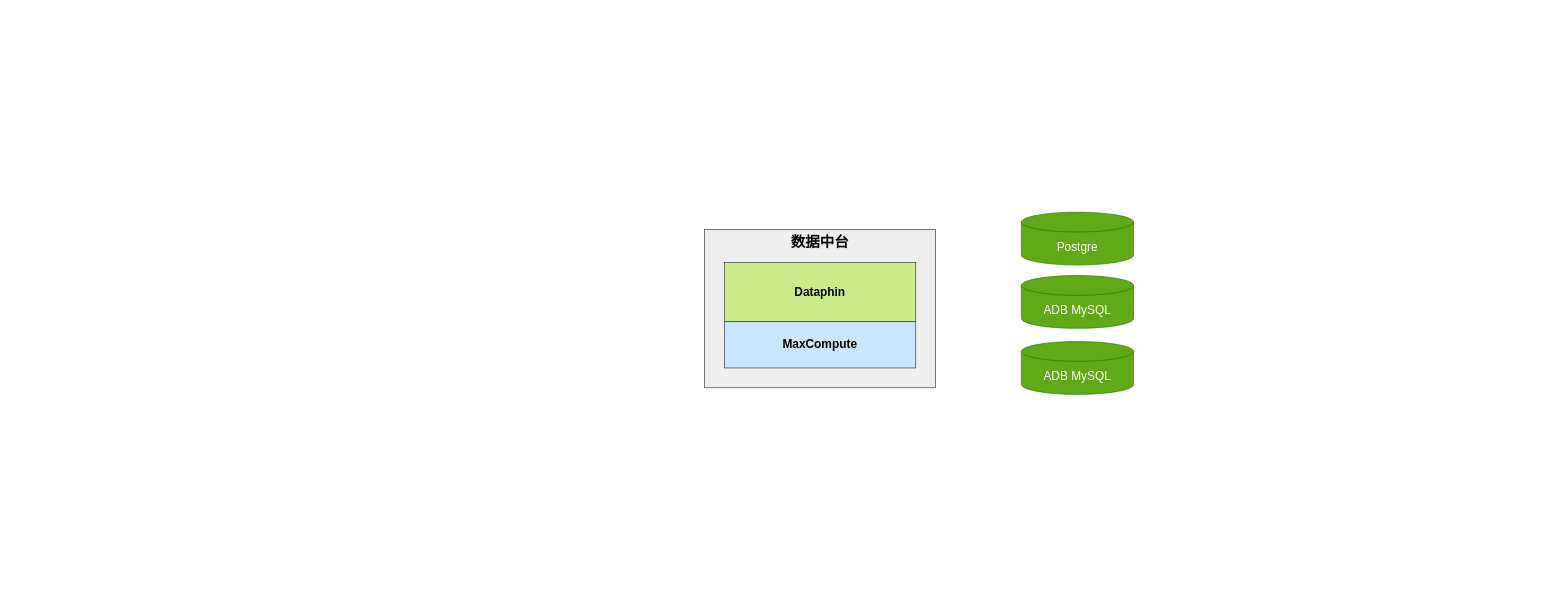
Earlier version of the draw.io diagram page "技术架构" (1 of 3) of bsd.drawio (starzy1990/diagrams). Source tidied: cells renumbered, new cells numbered last; positions are measured from the earlier drawing's top-left corner, leaving out a move shared by most shapes. Both pictures are drawn from the tidied source at 66%, with x=0, y=0 at pixel (704, 212).
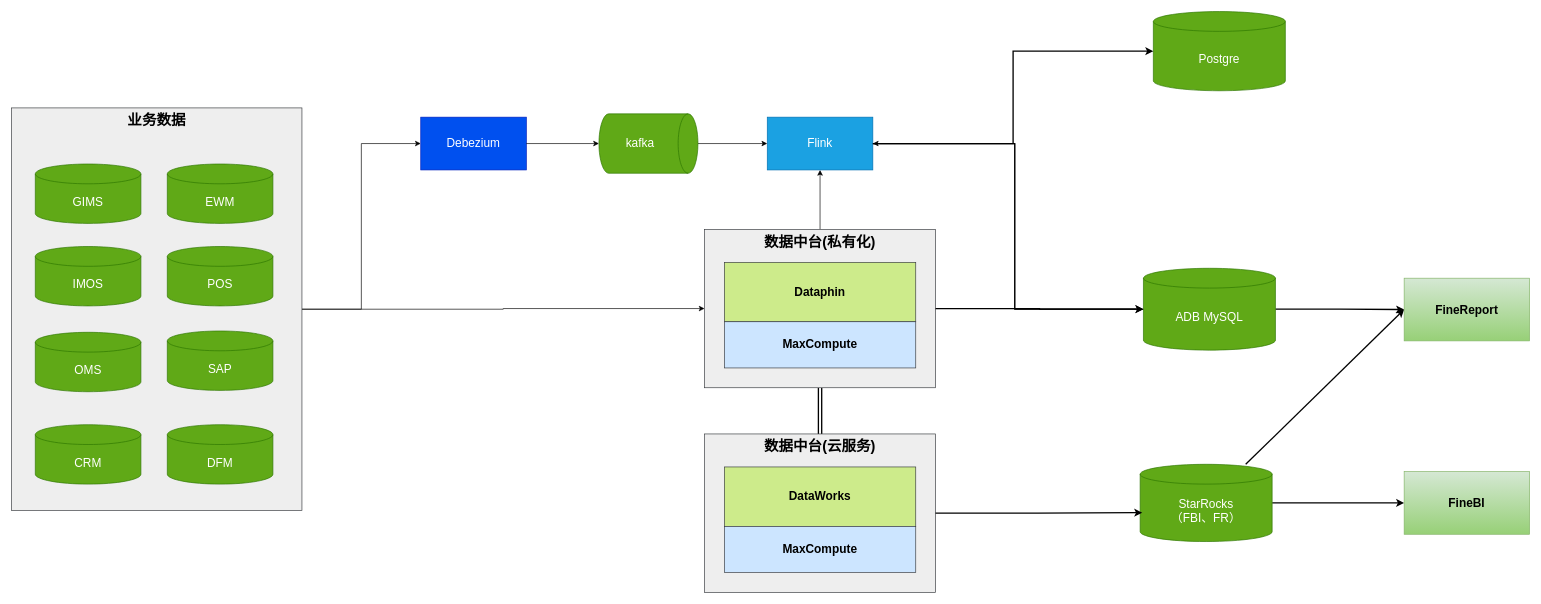
Above is the later version.

What changed in the source:
```diff
@@
+    <mxCell id="8" style="edgeStyle=orthogonalEdgeStyle;rounded=0;jettySize=auto;html=1;entryX=0.5;entryY=1;entryDx=0;entryDy=0;" parent="1" edge="1" source="2" target="18">
+      <mxGeometry relative="1" as="geometry" />
+    </mxCell>
+    <mxCell id="9" style="rounded=0;jettySize=auto;html=1;exitX=0.5;exitY=1;exitDx=0;exitDy=0;entryX=0.5;entryY=0;entryDx=0;entryDy=0;shape=link;strokeWidth=2;" parent="1" edge="1" source="2" target="14">
+      <mxGeometry relative="1" as="geometry" />
+    </mxCell>
-    <mxCell id="2" value="数据中台" style="rounded=0;whiteSpace=wrap;html=1;fillColor=#eeeeee;strokeColor=#36393d;verticalAlign=top;fontSize=22;fontStyle=1;" parent="1" vertex="1">
+    <mxCell id="2" value="数据中台(私有化)" style="rounded=0;whiteSpace=wrap;html=1;fillColor=#eeeeee;strokeColor=#36393d;verticalAlign=top;fontSize=22;fontStyle=1;" parent="1" vertex="1">
       <mxGeometry y="26" width="350" height="240" as="geometry" />
     </mxCell>
@@
     <mxCell id="5" value="Postgre" style="shape=cylinder3;whiteSpace=wrap;html=1;boundedLbl=1;backgroundOutline=1;size=15;fillColor=#60a917;strokeColor=#2D7600;fontColor=#ffffff;fontSize=18;" parent="1" vertex="1">
-      <mxGeometry x="480" width="170" height="80" as="geometry" />
+      <mxGeometry x="680" y="-304" width="200" height="120" as="geometry" />
     </mxCell>
+    <mxCell id="10" style="edgeStyle=orthogonalEdgeStyle;rounded=0;jettySize=auto;html=1;entryX=0;entryY=0.5;entryDx=0;entryDy=0;strokeWidth=2;" parent="1" edge="1" source="6" target="38">
+      <mxGeometry relative="1" as="geometry" />
+    </mxCell>
+    <mxCell id="11" style="rounded=0;jettySize=auto;html=1;entryX=0;entryY=0.5;entryDx=0;entryDy=0;strokeWidth=2;" parent="1" edge="1" source="6" target="35">
+      <mxGeometry relative="1" as="geometry" />
+    </mxCell>
-    <mxCell id="6" value="ADB MySQL" style="shape=cylinder3;whiteSpace=wrap;html=1;boundedLbl=1;backgroundOutline=1;size=15;fillColor=#60a917;strokeColor=#2D7600;fontColor=#ffffff;fontSize=18;" parent="1" vertex="1">
-      <mxGeometry x="480" y="96" width="170" height="80" as="geometry" />
+    <mxCell id="6" value="StarRocks&lt;br&gt;（FBI、FR）" style="shape=cylinder3;whiteSpace=wrap;html=1;boundedLbl=1;backgroundOutline=1;size=15;fillColor=#60a917;strokeColor=#2D7600;fontColor=#ffffff;fontSize=18;" parent="1" vertex="1">
+      <mxGeometry x="660" y="382" width="200" height="117" as="geometry" />
     </mxCell>
+    <mxCell id="12" style="edgeStyle=orthogonalEdgeStyle;rounded=0;jettySize=auto;html=1;entryX=0;entryY=0.5;entryDx=0;entryDy=0;strokeWidth=2;" parent="1" edge="1" source="7" target="35">
+      <mxGeometry relative="1" as="geometry" />
+    </mxCell>
+    <mxCell id="13" style="edgeStyle=orthogonalEdgeStyle;rounded=0;jettySize=auto;html=1;entryX=1;entryY=0.5;entryDx=0;entryDy=0;" parent="1" edge="1" source="7" target="18">
+      <mxGeometry relative="1" as="geometry">
+        <Array as="points">
+          <mxPoint x="470" y="147" />
+          <mxPoint x="470" y="-104" />
+        </Array>
+      </mxGeometry>
+    </mxCell>
     <mxCell id="7" value="ADB MySQL" style="shape=cylinder3;whiteSpace=wrap;html=1;boundedLbl=1;backgroundOutline=1;size=15;fillColor=#60a917;strokeColor=#2D7600;fontColor=#ffffff;fontSize=18;" parent="1" vertex="1">
-      <mxGeometry x="480" y="196" width="170" height="80" as="geometry" />
+      <mxGeometry x="665" y="85" width="200" height="124" as="geometry" />
     </mxCell>
+    <mxCell id="14" value="数据中台(云服务)" style="rounded=0;whiteSpace=wrap;html=1;fillColor=#eeeeee;strokeColor=#36393d;verticalAlign=top;fontSize=22;fontStyle=1;" parent="1" vertex="1">
+      <mxGeometry y="336" width="350" height="240" as="geometry" />
+    </mxCell>
+    <mxCell id="15" value="DataWorks" style="rounded=0;whiteSpace=wrap;html=1;fillColor=#cdeb8b;strokeColor=#36393d;fontStyle=1;fontSize=18;" parent="1" vertex="1">
+      <mxGeometry x="30" y="386" width="290" height="90" as="geometry" />
+    </mxCell>
+    <mxCell id="16" value="MaxCompute" style="rounded=0;whiteSpace=wrap;html=1;fontStyle=1;fontSize=18;fillColor=#cce5ff;strokeColor=#36393d;" parent="1" vertex="1">
+      <mxGeometry x="30" y="476" width="290" height="70" as="geometry" />
+    </mxCell>
+    <mxCell id="17" style="edgeStyle=orthogonalEdgeStyle;rounded=0;jettySize=auto;html=1;entryX=0.016;entryY=0.626;entryDx=0;entryDy=0;entryPerimeter=0;strokeWidth=2;" parent="1" edge="1" source="14" target="6">
+      <mxGeometry relative="1" as="geometry" />
+    </mxCell>
+    <mxCell id="18" value="Flink" style="rounded=0;whiteSpace=wrap;html=1;fillColor=#1ba1e2;fontColor=#ffffff;strokeColor=#006EAF;fontSize=18;" parent="1" vertex="1">
+      <mxGeometry x="95" y="-144" width="160" height="80" as="geometry" />
+    </mxCell>
+    <mxCell id="19" value="Debezium" style="rounded=0;whiteSpace=wrap;html=1;fillColor=#0050ef;fontColor=#ffffff;strokeColor=#001DBC;fontSize=18;" parent="1" vertex="1">
+      <mxGeometry x="-430" y="-144" width="160" height="80" as="geometry" />
+    </mxCell>
+    <mxCell id="20" style="edgeStyle=orthogonalEdgeStyle;rounded=0;jettySize=auto;html=1;entryX=0;entryY=0.5;entryDx=0;entryDy=0;" parent="1" edge="1" source="21" target="18">
+      <mxGeometry relative="1" as="geometry" />
+    </mxCell>
+    <mxCell id="21" value="kafka" style="shape=cylinder3;whiteSpace=wrap;html=1;boundedLbl=1;backgroundOutline=1;size=15;direction=south;fillColor=#60a917;fontColor=#ffffff;strokeColor=#2D7600;fontSize=18;" parent="1" vertex="1">
+      <mxGeometry x="-160" y="-149" width="150" height="90" as="geometry" />
+    </mxCell>
+    <mxCell id="22" style="edgeStyle=orthogonalEdgeStyle;rounded=0;jettySize=auto;html=1;entryX=0.5;entryY=1;entryDx=0;entryDy=0;entryPerimeter=0;" parent="1" edge="1" source="19" target="21">
+      <mxGeometry relative="1" as="geometry" />
+    </mxCell>
+    <mxCell id="23" style="edgeStyle=orthogonalEdgeStyle;rounded=0;jettySize=auto;html=1;entryX=0;entryY=0.5;entryDx=0;entryDy=0;" parent="1" edge="1" source="25" target="2">
+      <mxGeometry relative="1" as="geometry" />
+    </mxCell>
+    <mxCell id="24" style="edgeStyle=orthogonalEdgeStyle;rounded=0;jettySize=auto;html=1;entryX=0;entryY=0.5;entryDx=0;entryDy=0;" parent="1" edge="1" source="25" target="19">
+      <mxGeometry relative="1" as="geometry" />
+    </mxCell>
+    <mxCell id="25" value="业务数据" style="rounded=0;whiteSpace=wrap;html=1;fillColor=#eeeeee;strokeColor=#36393d;verticalAlign=top;fontStyle=1;fontSize=22;" parent="1" vertex="1">
+      <mxGeometry x="-1050" y="-158" width="440" height="610" as="geometry" />
+    </mxCell>
+    <mxCell id="26" value="EWM" style="shape=cylinder3;whiteSpace=wrap;html=1;boundedLbl=1;backgroundOutline=1;size=15;fillColor=#60a917;fontColor=#ffffff;strokeColor=#2D7600;fontSize=18;" parent="1" vertex="1">
+      <mxGeometry x="-814" y="-73" width="160" height="90" as="geometry" />
+    </mxCell>
+    <mxCell id="27" value="GIMS" style="shape=cylinder3;whiteSpace=wrap;html=1;boundedLbl=1;backgroundOutline=1;size=15;fillColor=#60a917;fontColor=#ffffff;strokeColor=#2D7600;fontSize=18;" parent="1" vertex="1">
+      <mxGeometry x="-1014" y="-73" width="160" height="90" as="geometry" />
+    </mxCell>
+    <mxCell id="28" value="IMOS" style="shape=cylinder3;whiteSpace=wrap;html=1;boundedLbl=1;backgroundOutline=1;size=15;fillColor=#60a917;fontColor=#ffffff;strokeColor=#2D7600;fontSize=18;" parent="1" vertex="1">
+      <mxGeometry x="-1014" y="52" width="160" height="90" as="geometry" />
+    </mxCell>
+    <mxCell id="29" value="POS" style="shape=cylinder3;whiteSpace=wrap;html=1;boundedLbl=1;backgroundOutline=1;size=15;fillColor=#60a917;fontColor=#ffffff;strokeColor=#2D7600;fontSize=18;" parent="1" vertex="1">
+      <mxGeometry x="-814" y="52" width="160" height="90" as="geometry" />
+    </mxCell>
+    <mxCell id="30" value="OMS" style="shape=cylinder3;whiteSpace=wrap;html=1;boundedLbl=1;backgroundOutline=1;size=15;fillColor=#60a917;fontColor=#ffffff;strokeColor=#2D7600;fontSize=18;" parent="1" vertex="1">
+      <mxGeometry x="-1014" y="182" width="160" height="90" as="geometry" />
+    </mxCell>
+    <mxCell id="31" value="SAP" style="shape=cylinder3;whiteSpace=wrap;html=1;boundedLbl=1;backgroundOutline=1;size=15;fillColor=#60a917;fontColor=#ffffff;strokeColor=#2D7600;fontSize=18;" parent="1" vertex="1">
+      <mxGeometry x="-814" y="180" width="160" height="90" as="geometry" />
+    </mxCell>
+    <mxCell id="32" value="CRM" style="shape=cylinder3;whiteSpace=wrap;html=1;boundedLbl=1;backgroundOutline=1;size=15;fillColor=#60a917;fontColor=#ffffff;strokeColor=#2D7600;fontSize=18;" parent="1" vertex="1">
+      <mxGeometry x="-1014" y="322" width="160" height="90" as="geometry" />
+    </mxCell>
+    <mxCell id="33" value="DFM" style="shape=cylinder3;whiteSpace=wrap;html=1;boundedLbl=1;backgroundOutline=1;size=15;fillColor=#60a917;fontColor=#ffffff;strokeColor=#2D7600;fontSize=18;" parent="1" vertex="1">
+      <mxGeometry x="-814" y="322" width="160" height="90" as="geometry" />
+    </mxCell>
+    <mxCell id="34" style="edgeStyle=orthogonalEdgeStyle;rounded=0;jettySize=auto;html=1;entryX=0;entryY=0.5;entryDx=0;entryDy=0;entryPerimeter=0;strokeWidth=2;" parent="1" edge="1" source="18" target="5">
+      <mxGeometry relative="1" as="geometry" />
+    </mxCell>
+    <mxCell id="35" value="FineReport" style="rounded=0;whiteSpace=wrap;html=1;fillColor=#d5e8d4;strokeColor=#82b366;fontSize=18;fontStyle=1;gradientColor=#97d077;" parent="1" vertex="1">
+      <mxGeometry x="1060" y="100" width="190" height="95" as="geometry" />
+    </mxCell>
+    <mxCell id="36" style="edgeStyle=orthogonalEdgeStyle;rounded=0;jettySize=auto;html=1;entryX=0;entryY=0.5;entryDx=0;entryDy=0;entryPerimeter=0;strokeWidth=2;" parent="1" edge="1" source="2" target="7">
+      <mxGeometry relative="1" as="geometry" />
+    </mxCell>
+    <mxCell id="37" style="edgeStyle=orthogonalEdgeStyle;rounded=0;jettySize=auto;html=1;entryX=0;entryY=0.5;entryDx=0;entryDy=0;entryPerimeter=0;strokeWidth=2;" parent="1" edge="1" source="18" target="7">
+      <mxGeometry relative="1" as="geometry">
+        <Array as="points">
+          <mxPoint x="470" y="-104" />
+          <mxPoint x="470" y="147" />
+        </Array>
+      </mxGeometry>
+    </mxCell>
+    <mxCell id="38" value="FineBI" style="rounded=0;whiteSpace=wrap;html=1;fillColor=#d5e8d4;strokeColor=#82b366;fontSize=18;fontStyle=1;gradientColor=#97d077;" parent="1" vertex="1">
+      <mxGeometry x="1060" y="393" width="190" height="95" as="geometry" />
+    </mxCell>
```
